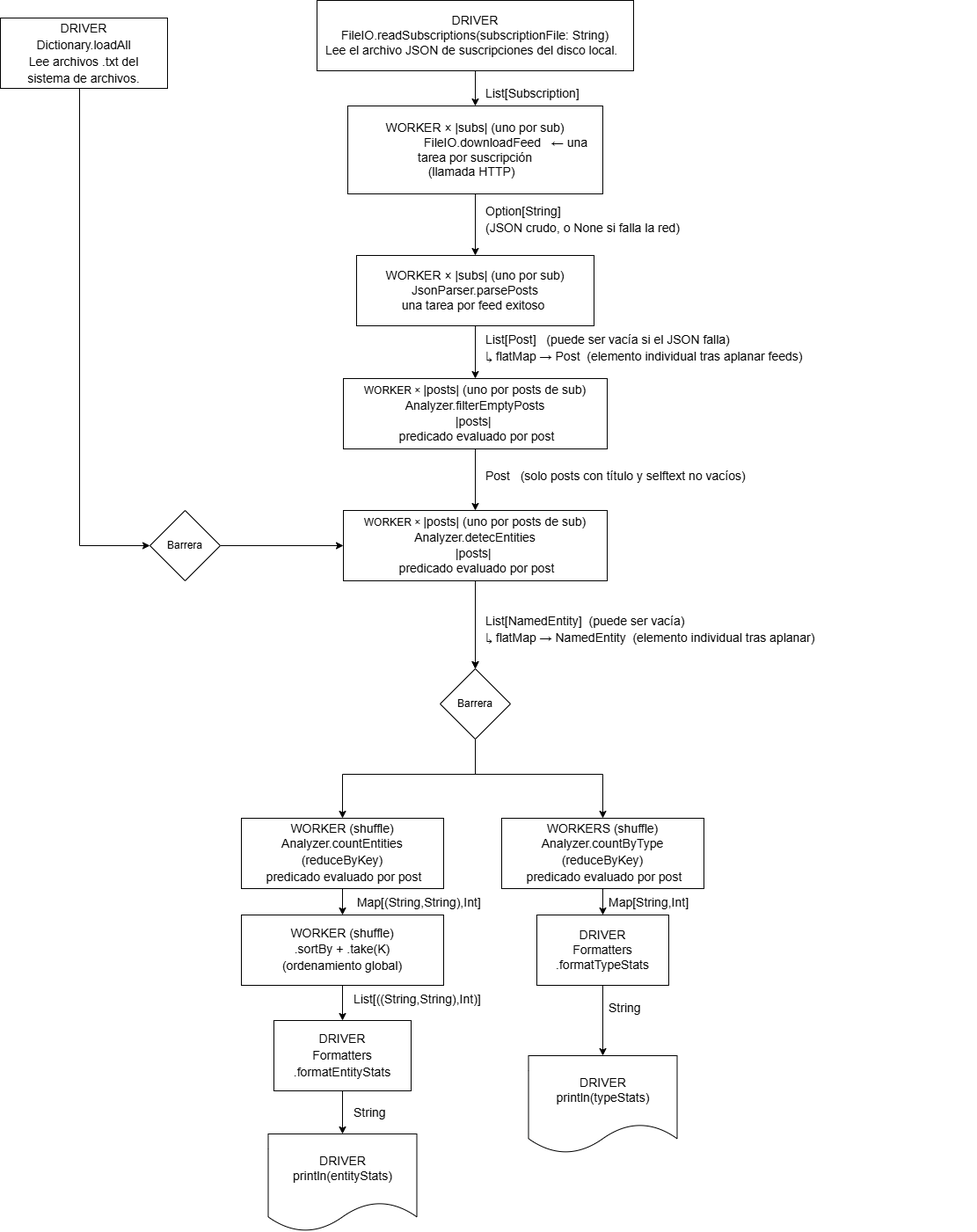
Above: diagrama.png in Maximo-Pellegrino/paradigmas26-lab3-g30 (draw.io), before the change. Source tidied: cells renumbered, new cells last; positions are measured from the earlier drawing's top-left corner, leaving out a move shared by most shapes.
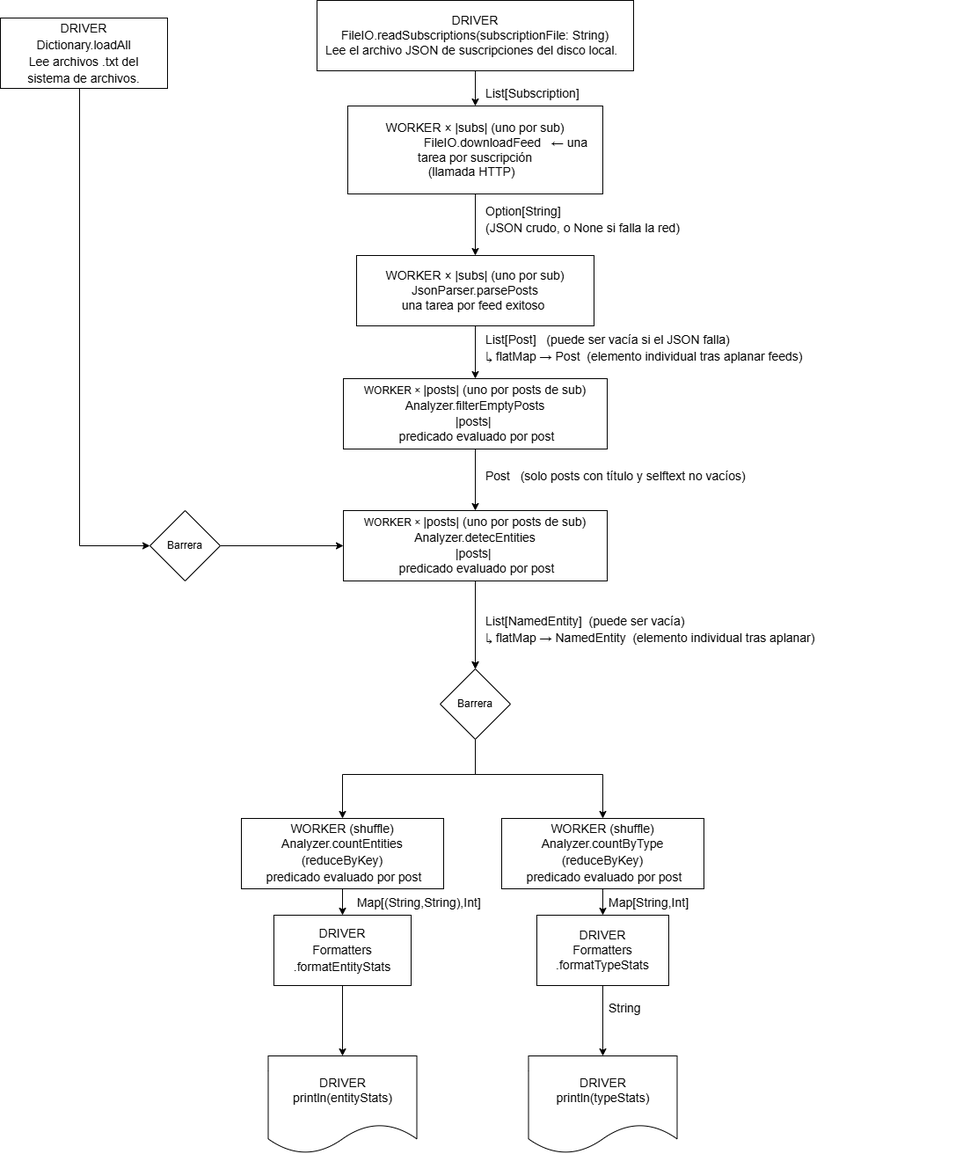
Later version of the same file.

The edit, as a diff of the source:
```diff
@@ -70,8 +70,10 @@
     <mxCell id="19" value="&lt;div style=&quot;font-weight: normal; font-size: 14px; line-height: 19px; white-space: pre;&quot;&gt;&lt;div&gt;&lt;span style=&quot;&quot;&gt;List[NamedEntity] &amp;nbsp;(puede ser vacía)&lt;/span&gt;&lt;/div&gt;&lt;div&gt;&lt;span style=&quot;&quot;&gt;↳ flatMap → NamedEntity &amp;nbsp;(elemento individual tras aplanar)&lt;/span&gt;&lt;/div&gt;&lt;/div&gt;" style="text;whiteSpace=wrap;html=1;fontFamily=Helvetica;labelBackgroundColor=none;fontColor=light-dark(#000000,#FFFFFF);" parent="1" vertex="1">
       <mxGeometry x="550" y="690" width="490" height="60" as="geometry" />
     </mxCell>
-    <mxCell id="20" style="edgeStyle=orthogonalEdgeStyle;rounded=0;jettySize=auto;html=1;" parent="1" edge="1" source="21" target="25">
-      <mxGeometry relative="1" as="geometry" />
+    <mxCell id="20" style="edgeStyle=orthogonalEdgeStyle;rounded=0;jettySize=auto;html=1;" parent="1" edge="1" source="21">
+      <mxGeometry relative="1" as="geometry">
+        <mxPoint x="389" y="1040" as="targetPoint" />
+      </mxGeometry>
     </mxCell>
     <mxCell id="21" value="&lt;div&gt;&lt;span&gt;WORKER (shuffle)&lt;/span&gt;&lt;/div&gt;&lt;div&gt;&lt;div style=&quot;line-height: 19px; white-space: pre;&quot;&gt;Analyzer.countEntities&lt;/div&gt;&lt;/div&gt;&lt;div&gt;&lt;div style=&quot;line-height: 19px; white-space: pre;&quot;&gt;(reduceByKey)&lt;/div&gt;&lt;/div&gt;&lt;div&gt;&lt;div style=&quot;line-height: 19px; white-space: pre;&quot;&gt;&amp;nbsp;predicado evaluado por post&lt;/div&gt;&lt;/div&gt;" style="rounded=0;whiteSpace=wrap;html=1;fontFamily=Helvetica;labelBackgroundColor=none;fontColor=light-dark(#000000,#000000);fontSize=14;fillColor=light-dark(#FFFFFF,#FFF100);" parent="1" vertex="1">
       <mxGeometry x="274" y="930" width="230" height="80" as="geometry" />
@@ -79,20 +81,14 @@
     <mxCell id="22" style="edgeStyle=orthogonalEdgeStyle;rounded=0;jettySize=auto;html=1;" parent="1" edge="1" source="23" target="29">
       <mxGeometry relative="1" as="geometry" />
     </mxCell>
-    <mxCell id="23" value="&lt;div&gt;&lt;span&gt;WORKERS (shuffle)&lt;/span&gt;&lt;/div&gt;&lt;div&gt;&lt;div style=&quot;line-height: 19px; white-space: pre;&quot;&gt;Analyzer.countByType&lt;/div&gt;&lt;/div&gt;&lt;div&gt;&lt;div style=&quot;line-height: 19px; white-space: pre;&quot;&gt;(reduceByKey)&lt;/div&gt;&lt;/div&gt;&lt;div&gt;&lt;div style=&quot;line-height: 19px; white-space: pre;&quot;&gt;&amp;nbsp;predicado evaluado por post&lt;/div&gt;&lt;/div&gt;" style="rounded=0;whiteSpace=wrap;html=1;fontFamily=Helvetica;labelBackgroundColor=none;fontColor=light-dark(#000000,#000000);fontSize=14;fillColor=light-dark(#FFFFFF,#FFF100);" parent="1" vertex="1">
+    <mxCell id="23" value="&lt;div&gt;&lt;span&gt;WORKER (shuffle)&lt;/span&gt;&lt;/div&gt;&lt;div&gt;&lt;div style=&quot;line-height: 19px; white-space: pre;&quot;&gt;Analyzer.countByType&lt;/div&gt;&lt;/div&gt;&lt;div&gt;&lt;div style=&quot;line-height: 19px; white-space: pre;&quot;&gt;(reduceByKey)&lt;/div&gt;&lt;/div&gt;&lt;div&gt;&lt;div style=&quot;line-height: 19px; white-space: pre;&quot;&gt;&amp;nbsp;predicado evaluado por post&lt;/div&gt;&lt;/div&gt;" style="rounded=0;whiteSpace=wrap;html=1;fontFamily=Helvetica;labelBackgroundColor=none;fontColor=light-dark(#000000,#000000);fontSize=14;fillColor=light-dark(#FFFFFF,#FFF100);" parent="1" vertex="1">
       <mxGeometry x="570" y="930" width="230" height="80" as="geometry" />
     </mxCell>
-    <mxCell id="24" style="edgeStyle=orthogonalEdgeStyle;rounded=0;jettySize=auto;html=1;" parent="1" edge="1" source="25" target="27">
-      <mxGeometry relative="1" as="geometry" />
-    </mxCell>
-    <mxCell id="25" value="&lt;div&gt;&lt;span&gt;WORKER (shuffle)&lt;/span&gt;&lt;/div&gt;&lt;div&gt;&lt;div style=&quot;line-height: 19px; white-space: pre;&quot;&gt;&lt;span&gt;.sortBy + .take(K)&lt;/span&gt;&lt;/div&gt;&lt;div style=&quot;line-height: 19px; white-space: pre;&quot;&gt;&lt;div style=&quot;line-height: 19px;&quot;&gt;(ordenamiento global)&lt;/div&gt;&lt;/div&gt;&lt;/div&gt;" style="rounded=0;whiteSpace=wrap;html=1;fontFamily=Helvetica;labelBackgroundColor=none;fontColor=light-dark(#000000,#000000);fontSize=14;fillColor=light-dark(#FFFFFF,#FFF100);" parent="1" vertex="1">
-      <mxGeometry x="274" y="1040" width="230" height="80" as="geometry" />
-    </mxCell>
     <mxCell id="26" style="edgeStyle=orthogonalEdgeStyle;rounded=0;jettySize=auto;html=1;" parent="1" edge="1" source="27" target="35">
       <mxGeometry relative="1" as="geometry" />
     </mxCell>
     <mxCell id="27" value="&lt;div style=&quot;line-height: 19px; white-space: pre;&quot;&gt;&lt;div&gt;DRIVER&lt;/div&gt;&lt;div&gt;Formatters&lt;/div&gt;&lt;div&gt;.formatEntityStats&lt;/div&gt;&lt;/div&gt;" style="rounded=0;whiteSpace=wrap;html=1;fontFamily=Helvetica;labelBackgroundColor=none;fontColor=light-dark(#000000,#FFFFFF);fontSize=14;fillColor=light-dark(#FFFFFF,#06FF31);" parent="1" vertex="1">
-      <mxGeometry x="311" y="1160" width="156" height="80" as="geometry" />
+      <mxGeometry x="311" y="1040" width="156" height="80" as="geometry" />
     </mxCell>
     <mxCell id="28" style="edgeStyle=orthogonalEdgeStyle;rounded=0;jettySize=auto;html=1;" parent="1" edge="1" source="29" target="36">
       <mxGeometry relative="1" as="geometry" />
@@ -106,9 +102,6 @@
     <mxCell id="31" value="&lt;div style=&quot;font-weight: normal; line-height: 19px; white-space: pre;&quot;&gt;&lt;div&gt;&lt;span&gt;Map[String,Int]&lt;/span&gt;&lt;/div&gt;&lt;/div&gt;" style="text;whiteSpace=wrap;html=1;fontFamily=Helvetica;labelBackgroundColor=none;fontColor=default;fontSize=14;" parent="1" vertex="1">
       <mxGeometry x="690" y="1010" width="150" height="40" as="geometry" />
     </mxCell>
-    <mxCell id="32" value="&lt;div style=&quot;font-weight: normal; line-height: 19px; white-space: pre;&quot;&gt;&lt;div&gt;&lt;span&gt;List[((String,String),Int)]&lt;/span&gt;&lt;/div&gt;&lt;/div&gt;" style="text;whiteSpace=wrap;html=1;fontFamily=Helvetica;labelBackgroundColor=none;fontColor=light-dark(#000000,#FFFFFF);fontSize=14;" parent="1" vertex="1">
-      <mxGeometry x="400" y="1120" width="240" height="40" as="geometry" />
-    </mxCell>
     <mxCell id="33" value="&lt;div style=&quot;font-weight: normal; line-height: 19px; white-space: pre;&quot;&gt;&lt;div&gt;&lt;span&gt;String&lt;/span&gt;&lt;/div&gt;&lt;/div&gt;" style="text;whiteSpace=wrap;html=1;fontFamily=Helvetica;labelBackgroundColor=none;fontColor=light-dark(#000000,#FFFFFF);fontSize=14;" parent="1" vertex="1">
       <mxGeometry x="400" y="1249" width="80" height="40" as="geometry" />
     </mxCell>
@@ -116,7 +109,7 @@
       <mxGeometry x="690" y="1130" width="80" height="40" as="geometry" />
     </mxCell>
     <mxCell id="35" value="&lt;div&gt;DRIVER&lt;/div&gt;println(&lt;span style=&quot;white-space: pre;&quot;&gt;entityStats&lt;/span&gt;&lt;span&gt;)&lt;/span&gt;" style="shape=document;whiteSpace=wrap;html=1;boundedLbl=1;fontFamily=Helvetica;labelBackgroundColor=none;fontColor=light-dark(#000000,#FFFFFF);fontSize=14;fillColor=light-dark(#FFFFFF,#36FF0C);" parent="1" vertex="1">
-      <mxGeometry x="304.5" y="1289" width="169" height="111" as="geometry" />
+      <mxGeometry x="304.5" y="1200" width="169" height="111" as="geometry" />
     </mxCell>
     <mxCell id="36" value="&lt;div&gt;DRIVER&lt;/div&gt;println(type&lt;span style=&quot;white-space: pre;&quot;&gt;Stats&lt;/span&gt;&lt;span&gt;)&lt;/span&gt;" style="shape=document;whiteSpace=wrap;html=1;boundedLbl=1;fontFamily=Helvetica;labelBackgroundColor=none;fontColor=light-dark(#000000,#FFFFFF);fontSize=14;fillColor=light-dark(#FFFFFF,#36FF0C);" parent="1" vertex="1">
       <mxGeometry x="600.5" y="1200" width="169" height="111" as="geometry" />
```
